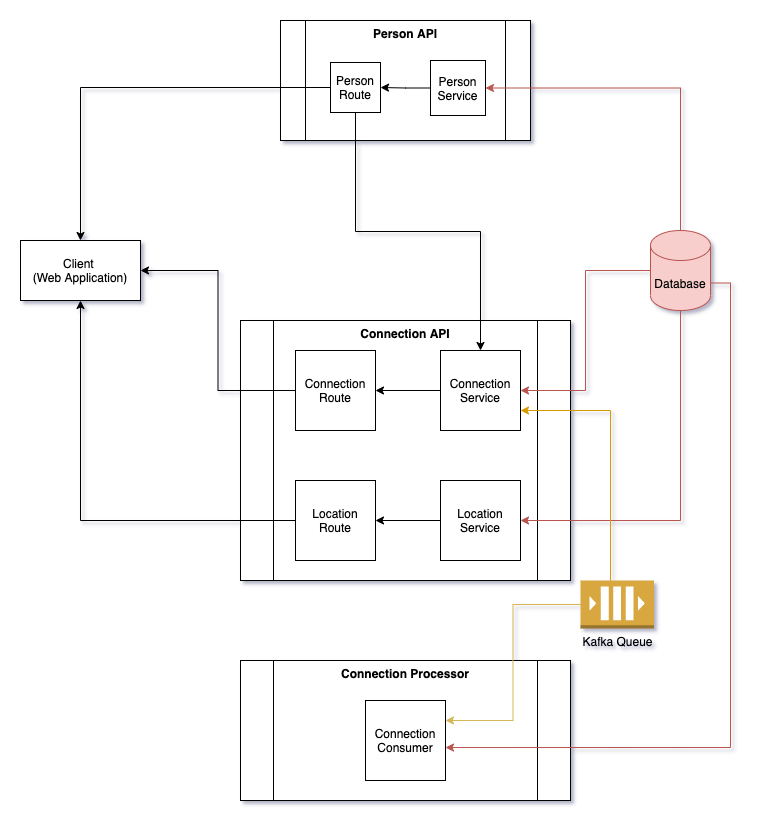
Before: docs/architecture_design.png, a diagram exported from draw.io (sharathp/nd064-c2-message-passing-projects-starter). Source tidied: cells renumbered, new cells last; positions are measured from the earlier drawing's top-left corner, leaving out a move shared by most shapes. The source it was exported from:
```xml
<mxGraphModel>
  <root>
    <mxCell id="0" />
    <mxCell id="1" parent="0" />
    <mxCell id="2" value="Connection Processor" style="shape=process;whiteSpace=wrap;html=1;backgroundOutline=1;verticalAlign=top;fontStyle=1;" parent="1" vertex="1">
      <mxGeometry x="220" y="640" width="330" height="140" as="geometry" />
    </mxCell>
    <mxCell id="3" value="Connection API" style="shape=process;whiteSpace=wrap;html=1;backgroundOutline=1;verticalAlign=top;fontStyle=1;" parent="1" vertex="1">
      <mxGeometry x="220" y="300" width="330" height="260" as="geometry" />
    </mxCell>
    <mxCell id="4" value="Person API" style="shape=process;whiteSpace=wrap;html=1;backgroundOutline=1;verticalAlign=top;fontStyle=1;" parent="1" vertex="1">
      <mxGeometry x="260" width="250" height="120" as="geometry" />
    </mxCell>
    <mxCell id="5" value="Client&amp;nbsp;&lt;br&gt;(Web Application)" style="rounded=0;whiteSpace=wrap;html=1;" parent="1" vertex="1">
      <mxGeometry y="220" width="120" height="60" as="geometry" />
    </mxCell>
    <mxCell id="6" style="edgeStyle=orthogonalEdgeStyle;rounded=0;jettySize=auto;html=1;exitX=0;exitY=0.5;exitDx=0;exitDy=0;entryX=0.5;entryY=0;entryDx=0;entryDy=0;" parent="1" edge="1" source="7" target="5">
      <mxGeometry relative="1" as="geometry" />
    </mxCell>
    <mxCell id="7" value="Person&lt;br&gt;Route" style="whiteSpace=wrap;html=1;" parent="1" vertex="1">
      <mxGeometry x="310" y="42" width="50" height="50" as="geometry" />
    </mxCell>
    <mxCell id="8" style="edgeStyle=orthogonalEdgeStyle;rounded=0;jettySize=auto;html=1;exitX=0;exitY=0.5;exitDx=0;exitDy=0;entryX=1;entryY=0.5;entryDx=0;entryDy=0;" parent="1" edge="1" source="9" target="5">
      <mxGeometry relative="1" as="geometry" />
    </mxCell>
    <mxCell id="9" value="Connection Route" style="whiteSpace=wrap;html=1;" parent="1" vertex="1">
      <mxGeometry x="275" y="330" width="80" height="80" as="geometry" />
    </mxCell>
    <mxCell id="10" style="edgeStyle=orthogonalEdgeStyle;rounded=0;jettySize=auto;html=1;exitX=0;exitY=0.5;exitDx=0;exitDy=0;entryX=0.5;entryY=1;entryDx=0;entryDy=0;" parent="1" edge="1" source="11" target="5">
      <mxGeometry relative="1" as="geometry" />
    </mxCell>
    <mxCell id="11" value="Location&lt;br&gt;Route" style="whiteSpace=wrap;html=1;" parent="1" vertex="1">
      <mxGeometry x="275" y="460" width="80" height="80" as="geometry" />
    </mxCell>
    <mxCell id="12" style="edgeStyle=orthogonalEdgeStyle;rounded=0;jettySize=auto;html=1;exitX=0.5;exitY=1;exitDx=0;exitDy=0;exitPerimeter=0;entryX=1;entryY=0.5;entryDx=0;entryDy=0;fillColor=#f8cecc;strokeColor=#b85450;" parent="1" edge="1" source="16" target="22">
      <mxGeometry relative="1" as="geometry" />
    </mxCell>
    <mxCell id="13" style="edgeStyle=orthogonalEdgeStyle;rounded=0;jettySize=auto;html=1;exitX=0;exitY=0.5;exitDx=0;exitDy=0;exitPerimeter=0;entryX=1;entryY=0.5;entryDx=0;entryDy=0;fillColor=#f8cecc;strokeColor=#b85450;" parent="1" edge="1" source="16" target="20">
      <mxGeometry relative="1" as="geometry" />
    </mxCell>
    <mxCell id="14" style="edgeStyle=orthogonalEdgeStyle;rounded=0;jettySize=auto;html=1;exitX=0.5;exitY=0;exitDx=0;exitDy=0;exitPerimeter=0;entryX=1;entryY=0.5;entryDx=0;entryDy=0;fillColor=#f8cecc;strokeColor=#b85450;" parent="1" edge="1" source="16" target="18">
      <mxGeometry relative="1" as="geometry" />
    </mxCell>
    <mxCell id="15" style="edgeStyle=orthogonalEdgeStyle;rounded=0;jettySize=auto;html=1;exitX=1;exitY=0;exitDx=0;exitDy=52.5;exitPerimeter=0;entryX=1;entryY=0.588;entryDx=0;entryDy=0;entryPerimeter=0;fillColor=#f8cecc;strokeColor=#b85450;" parent="1" edge="1" source="16" target="27">
      <mxGeometry relative="1" as="geometry" />
    </mxCell>
    <mxCell id="16" value="Database" style="shape=cylinder3;whiteSpace=wrap;html=1;boundedLbl=1;backgroundOutline=1;size=15;fillColor=#f8cecc;strokeColor=#b85450;" parent="1" vertex="1">
      <mxGeometry x="630" y="210" width="60" height="80" as="geometry" />
    </mxCell>
    <mxCell id="17" style="edgeStyle=orthogonalEdgeStyle;rounded=0;jettySize=auto;html=1;exitX=0;exitY=0.5;exitDx=0;exitDy=0;entryX=1;entryY=0.5;entryDx=0;entryDy=0;" parent="1" edge="1" source="18" target="7">
      <mxGeometry relative="1" as="geometry" />
    </mxCell>
    <mxCell id="18" value="Person&lt;br&gt;Service" style="whiteSpace=wrap;html=1;" parent="1" vertex="1">
      <mxGeometry x="410" y="40" width="55" height="55" as="geometry" />
    </mxCell>
    <mxCell id="19" style="edgeStyle=orthogonalEdgeStyle;rounded=0;jettySize=auto;html=1;exitX=0;exitY=0.5;exitDx=0;exitDy=0;entryX=1;entryY=0.5;entryDx=0;entryDy=0;" parent="1" edge="1" source="20" target="9">
      <mxGeometry relative="1" as="geometry" />
    </mxCell>
    <mxCell id="20" value="Connection&lt;br&gt;Service" style="whiteSpace=wrap;html=1;" parent="1" vertex="1">
      <mxGeometry x="420" y="330" width="80" height="80" as="geometry" />
    </mxCell>
    <mxCell id="21" style="edgeStyle=orthogonalEdgeStyle;rounded=0;jettySize=auto;html=1;exitX=0;exitY=0.5;exitDx=0;exitDy=0;entryX=1;entryY=0.5;entryDx=0;entryDy=0;" parent="1" edge="1" source="22" target="11">
      <mxGeometry relative="1" as="geometry" />
    </mxCell>
    <mxCell id="22" value="Location Service" style="whiteSpace=wrap;html=1;" parent="1" vertex="1">
      <mxGeometry x="420" y="460" width="80" height="80" as="geometry" />
    </mxCell>
    <mxCell id="23" style="edgeStyle=orthogonalEdgeStyle;rounded=0;jettySize=auto;html=1;exitX=0.5;exitY=1;exitDx=0;exitDy=0;entryX=0.5;entryY=0;entryDx=0;entryDy=0;" parent="1" edge="1" source="7" target="20">
      <mxGeometry relative="1" as="geometry" />
    </mxCell>
    <mxCell id="24" style="edgeStyle=orthogonalEdgeStyle;rounded=0;jettySize=auto;html=1;exitX=0;exitY=0.5;exitDx=0;exitDy=0;exitPerimeter=0;entryX=1;entryY=0.75;entryDx=0;entryDy=0;fillColor=#ffe6cc;strokeColor=#d79b00;" parent="1" edge="1" source="26" target="20">
      <mxGeometry relative="1" as="geometry">
        <Array as="points">
          <mxPoint x="590" y="584" />
          <mxPoint x="590" y="390" />
        </Array>
      </mxGeometry>
    </mxCell>
    <mxCell id="25" style="edgeStyle=orthogonalEdgeStyle;rounded=0;jettySize=auto;html=1;exitX=0;exitY=0.5;exitDx=0;exitDy=0;exitPerimeter=0;entryX=1;entryY=0.25;entryDx=0;entryDy=0;fillColor=#fff2cc;strokeColor=#d6b656;" parent="1" edge="1" source="26" target="27">
      <mxGeometry relative="1" as="geometry" />
    </mxCell>
    <mxCell id="26" value="Kafka Queue" style="outlineConnect=0;dashed=0;verticalLabelPosition=bottom;verticalAlign=top;align=center;html=1;shape=mxgraph.aws3.queue;fillColor=#D9A741;gradientColor=none;" parent="1" vertex="1">
      <mxGeometry x="560" y="560" width="73.5" height="48" as="geometry" />
    </mxCell>
    <mxCell id="27" value="Connection&lt;br&gt;Consumer" style="whiteSpace=wrap;html=1;" parent="1" vertex="1">
      <mxGeometry x="345" y="680" width="80" height="80" as="geometry" />
    </mxCell>
  </root>
</mxGraphModel>
```
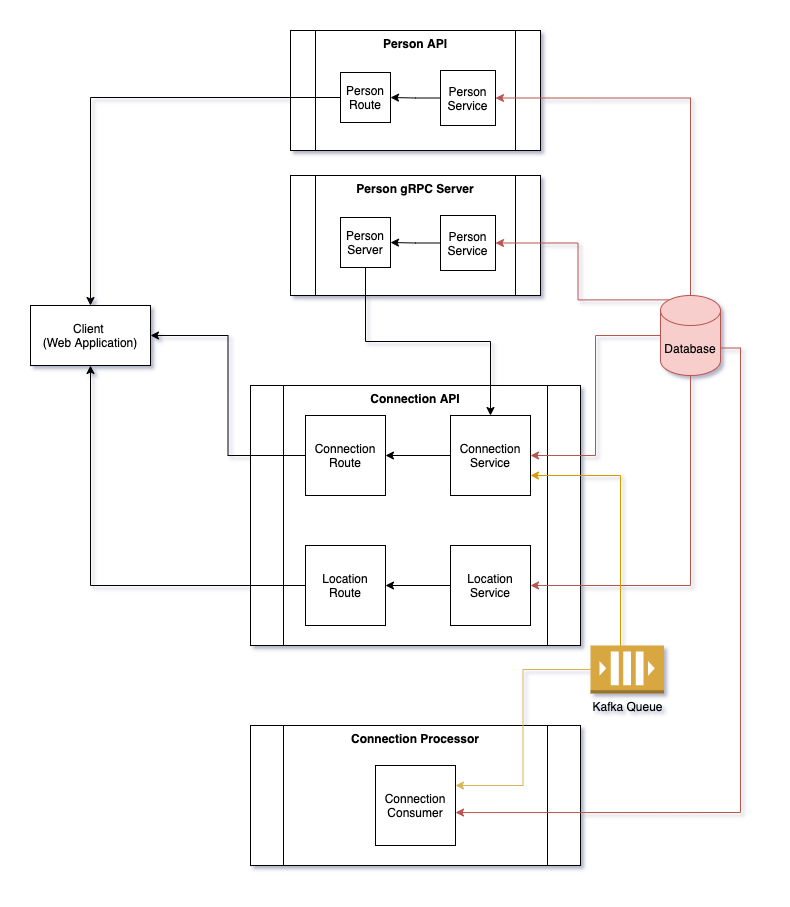
The same file after the commit.

Diff of the diagram source:
```diff
@@ -2,6 +2,9 @@
   <root>
     <mxCell id="0" />
     <mxCell id="1" parent="0" />
+    <mxCell id="28" value="Person gRPC Server" style="shape=process;whiteSpace=wrap;html=1;backgroundOutline=1;verticalAlign=top;fontStyle=1;" parent="1" vertex="1">
+      <mxGeometry x="260" y="90" width="250" height="120" as="geometry" />
+    </mxCell>
     <mxCell id="2" value="Connection Processor" style="shape=process;whiteSpace=wrap;html=1;backgroundOutline=1;verticalAlign=top;fontStyle=1;" parent="1" vertex="1">
       <mxGeometry x="220" y="640" width="330" height="140" as="geometry" />
     </mxCell>
@@ -9,7 +12,7 @@
       <mxGeometry x="220" y="300" width="330" height="260" as="geometry" />
     </mxCell>
     <mxCell id="4" value="Person API" style="shape=process;whiteSpace=wrap;html=1;backgroundOutline=1;verticalAlign=top;fontStyle=1;" parent="1" vertex="1">
-      <mxGeometry x="260" width="250" height="120" as="geometry" />
+      <mxGeometry x="260" y="-55" width="250" height="120" as="geometry" />
     </mxCell>
     <mxCell id="5" value="Client&amp;nbsp;&lt;br&gt;(Web Application)" style="rounded=0;whiteSpace=wrap;html=1;" parent="1" vertex="1">
       <mxGeometry y="220" width="120" height="60" as="geometry" />
@@ -18,7 +21,7 @@
       <mxGeometry relative="1" as="geometry" />
     </mxCell>
     <mxCell id="7" value="Person&lt;br&gt;Route" style="whiteSpace=wrap;html=1;" parent="1" vertex="1">
-      <mxGeometry x="310" y="42" width="50" height="50" as="geometry" />
+      <mxGeometry x="310" y="-13" width="50" height="50" as="geometry" />
     </mxCell>
     <mxCell id="8" style="edgeStyle=orthogonalEdgeStyle;rounded=0;jettySize=auto;html=1;exitX=0;exitY=0.5;exitDx=0;exitDy=0;entryX=1;entryY=0.5;entryDx=0;entryDy=0;" parent="1" edge="1" source="9" target="5">
       <mxGeometry relative="1" as="geometry" />
@@ -44,6 +47,9 @@
     <mxCell id="15" style="edgeStyle=orthogonalEdgeStyle;rounded=0;jettySize=auto;html=1;exitX=1;exitY=0;exitDx=0;exitDy=52.5;exitPerimeter=0;entryX=1;entryY=0.588;entryDx=0;entryDy=0;entryPerimeter=0;fillColor=#f8cecc;strokeColor=#b85450;" parent="1" edge="1" source="16" target="27">
       <mxGeometry relative="1" as="geometry" />
     </mxCell>
+    <mxCell id="29" style="edgeStyle=orthogonalEdgeStyle;rounded=0;jettySize=auto;html=1;exitX=0.145;exitY=0;exitDx=0;exitDy=4.35;exitPerimeter=0;entryX=1;entryY=0.5;entryDx=0;entryDy=0;fillColor=#f8cecc;strokeColor=#b85450;" parent="1" edge="1" source="16" target="33">
+      <mxGeometry relative="1" as="geometry" />
+    </mxCell>
     <mxCell id="16" value="Database" style="shape=cylinder3;whiteSpace=wrap;html=1;boundedLbl=1;backgroundOutline=1;size=15;fillColor=#f8cecc;strokeColor=#b85450;" parent="1" vertex="1">
       <mxGeometry x="630" y="210" width="60" height="80" as="geometry" />
     </mxCell>
@@ -51,7 +57,7 @@
       <mxGeometry relative="1" as="geometry" />
     </mxCell>
     <mxCell id="18" value="Person&lt;br&gt;Service" style="whiteSpace=wrap;html=1;" parent="1" vertex="1">
-      <mxGeometry x="410" y="40" width="55" height="55" as="geometry" />
+      <mxGeometry x="410" y="-15" width="55" height="55" as="geometry" />
     </mxCell>
     <mxCell id="19" style="edgeStyle=orthogonalEdgeStyle;rounded=0;jettySize=auto;html=1;exitX=0;exitY=0.5;exitDx=0;exitDy=0;entryX=1;entryY=0.5;entryDx=0;entryDy=0;" parent="1" edge="1" source="20" target="9">
       <mxGeometry relative="1" as="geometry" />
@@ -65,9 +71,6 @@
     <mxCell id="22" value="Location Service" style="whiteSpace=wrap;html=1;" parent="1" vertex="1">
       <mxGeometry x="420" y="460" width="80" height="80" as="geometry" />
     </mxCell>
-    <mxCell id="23" style="edgeStyle=orthogonalEdgeStyle;rounded=0;jettySize=auto;html=1;exitX=0.5;exitY=1;exitDx=0;exitDy=0;entryX=0.5;entryY=0;entryDx=0;entryDy=0;" parent="1" edge="1" source="7" target="20">
-      <mxGeometry relative="1" as="geometry" />
-    </mxCell>
     <mxCell id="24" style="edgeStyle=orthogonalEdgeStyle;rounded=0;jettySize=auto;html=1;exitX=0;exitY=0.5;exitDx=0;exitDy=0;exitPerimeter=0;entryX=1;entryY=0.75;entryDx=0;entryDy=0;fillColor=#ffe6cc;strokeColor=#d79b00;" parent="1" edge="1" source="26" target="20">
       <mxGeometry relative="1" as="geometry">
         <Array as="points">
@@ -85,5 +88,17 @@
     <mxCell id="27" value="Connection&lt;br&gt;Consumer" style="whiteSpace=wrap;html=1;" parent="1" vertex="1">
       <mxGeometry x="345" y="680" width="80" height="80" as="geometry" />
     </mxCell>
+    <mxCell id="30" style="edgeStyle=orthogonalEdgeStyle;rounded=0;jettySize=auto;html=1;exitX=0.5;exitY=1;exitDx=0;exitDy=0;" parent="1" edge="1" source="31" target="20">
+      <mxGeometry relative="1" as="geometry" />
+    </mxCell>
+    <mxCell id="31" value="Person&lt;br&gt;Server" style="whiteSpace=wrap;html=1;" parent="1" vertex="1">
+      <mxGeometry x="310" y="132" width="50" height="50" as="geometry" />
+    </mxCell>
+    <mxCell id="32" style="edgeStyle=orthogonalEdgeStyle;rounded=0;jettySize=auto;html=1;exitX=0;exitY=0.5;exitDx=0;exitDy=0;entryX=1;entryY=0.5;entryDx=0;entryDy=0;" parent="1" edge="1" source="33" target="31">
+      <mxGeometry relative="1" as="geometry" />
+    </mxCell>
+    <mxCell id="33" value="Person&lt;br&gt;Service" style="whiteSpace=wrap;html=1;" parent="1" vertex="1">
+      <mxGeometry x="410" y="130" width="55" height="55" as="geometry" />
+    </mxCell>
   </root>
 </mxGraphModel>
```
